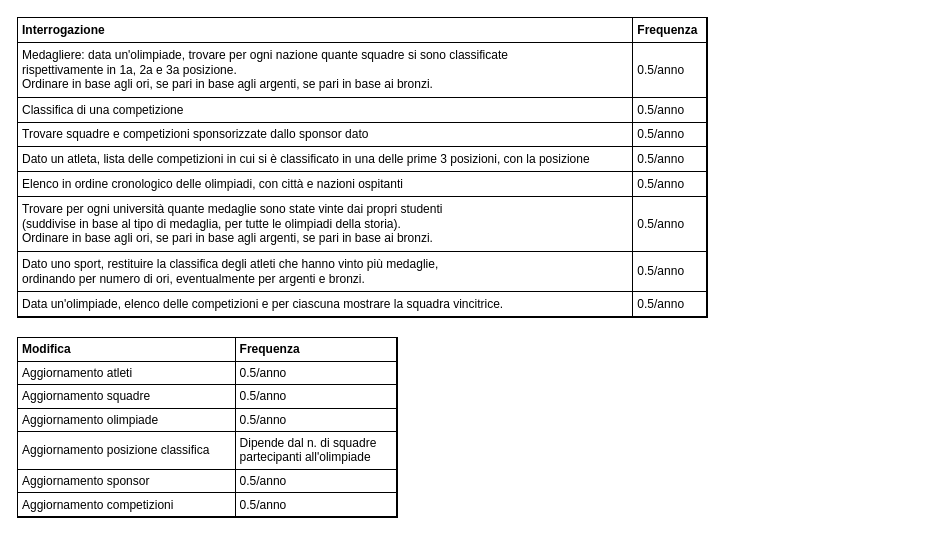
This is page "Operazioni" (4 of 4) of Olimpiadi studentesche.drawio from giovannivelludo/database-project, a draw.io file, before an edit. Source tidied: cells renumbered, new cells numbered last; positions are measured from the earlier drawing's top-left corner, leaving out a move shared by most shapes. Both pictures are drawn from the tidied source at 100%, with x=0, y=0 at pixel (17, 17).
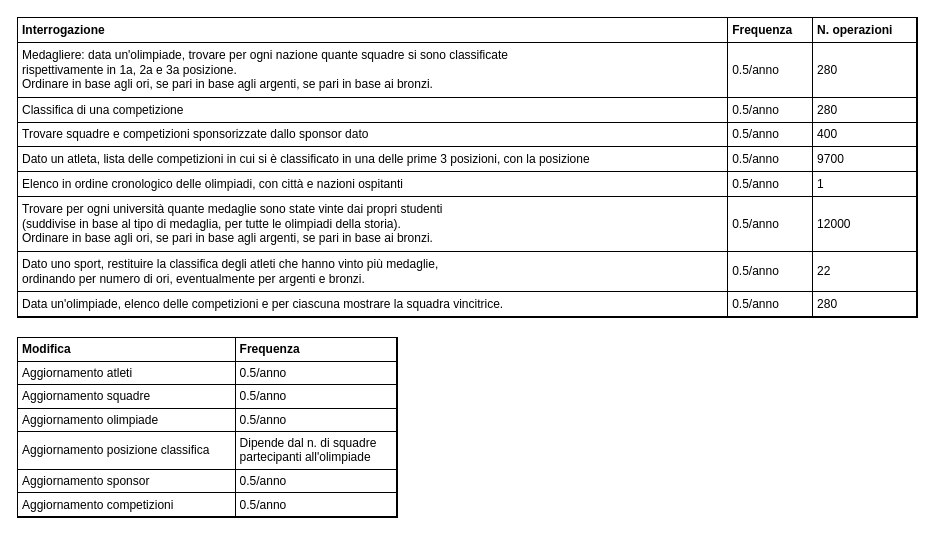
After the change.

Commit message:
aggiunto numero operazioni interrogazioni

What changed in the source:
```diff
@@
 <mxGraphModel>
   <root>
     <mxCell id="0" />
     <mxCell id="1" parent="0" />
-    <mxCell id="2" value="&lt;table style=&quot;width: 100% ; height: 100% ; border-collapse: collapse ; border: 1px solid rgb(0 , 0 , 0)&quot; width=&quot;100%&quot; cellpadding=&quot;4&quot; border=&quot;1&quot; align=&quot;left&quot;&gt;&lt;tbody&gt;&lt;tr style=&quot;color: rgb(255 , 255 , 255)&quot;&gt;&lt;th align=&quot;left&quot;&gt;&lt;span&gt;&lt;font color=&quot;#000000&quot;&gt;Interrogazione&lt;br&gt;&lt;/font&gt;&lt;/span&gt;&lt;/th&gt;&lt;th align=&quot;left&quot;&gt;&lt;span&gt;&lt;font color=&quot;#000000&quot;&gt;Frequenza&lt;br&gt;&lt;/font&gt;&lt;/span&gt;&lt;/th&gt;&lt;/tr&gt;&lt;tr&gt;&lt;td&gt;&lt;span&gt;Medagliere: data un'olimpiade, trovare per ogni nazione quante squadre si sono classificate&lt;br&gt;rispettivamente in 1a, 2a e 3a posizione.&lt;br&gt;Ordinare in base agli ori, se pari in base agli argenti, se pari in base ai bronzi.&lt;br&gt;&lt;/span&gt;&lt;/td&gt;&lt;td&gt;&lt;span&gt;0.5/anno&lt;br&gt;&lt;/span&gt;&lt;/td&gt;&lt;/tr&gt;&lt;tr&gt;&lt;td&gt;&lt;span&gt;Classifica di una competizione&lt;br&gt;&lt;/span&gt;&lt;/td&gt;&lt;td&gt;&lt;span&gt;0.5/anno&lt;br&gt;&lt;/span&gt;&lt;/td&gt;&lt;/tr&gt;&lt;tr&gt;&lt;td&gt;&lt;span&gt;Trovare squadre e competizioni sponsorizzate dallo sponsor dato&lt;br&gt;&lt;/span&gt;&lt;/td&gt;&lt;td&gt;&lt;span&gt;0.5/anno&lt;br&gt;&lt;/span&gt;&lt;/td&gt;&lt;/tr&gt;&lt;tr&gt;&lt;td&gt;&lt;span&gt;Dato un atleta, lista delle competizioni in cui si è classificato in una delle prime 3 posizioni, con la posizione&lt;br&gt;&lt;/span&gt;&lt;/td&gt;&lt;td&gt;0.5/anno&lt;br&gt;&lt;/td&gt;&lt;/tr&gt;&lt;tr&gt;&lt;td&gt;Elenco in ordine cronologico delle olimpiadi, con città e nazioni ospitanti&lt;br&gt;&lt;/td&gt;&lt;td&gt;0.5/anno&lt;br&gt;&lt;/td&gt;&lt;/tr&gt;&lt;tr&gt;&lt;td&gt;&lt;span&gt;Trovare per ogni università quante medaglie sono state vinte dai propri studenti&lt;br&gt;(suddivise in base al tipo di medaglia, per tutte le olimpiadi della storia).&lt;br&gt;Ordinare in base agli ori, se pari in base agli argenti, se pari in base ai bronzi.&lt;/span&gt;&lt;/td&gt;&lt;td&gt;0.5/anno&lt;br&gt;&lt;/td&gt;&lt;/tr&gt;&lt;tr&gt;&lt;td&gt;Dato uno sport, restituire la classifica degli atleti che hanno vinto più medaglie,&lt;br&gt;ordinando per numero di ori, eventualmente per argenti e bronzi.&lt;br&gt;&lt;/td&gt;&lt;td&gt;0.5/anno&lt;br&gt;&lt;/td&gt;&lt;/tr&gt;&lt;tr&gt;&lt;td&gt;Data un'olimpiade, elenco delle competizioni e per ciascuna mostrare la squadra vincitrice.&lt;br&gt;&lt;/td&gt;&lt;td&gt;0.5/anno&lt;br&gt;&lt;/td&gt;&lt;/tr&gt;&lt;/tbody&gt;&lt;/table&gt;" style="text;html=1;strokeColor=#000000;fillColor=#ffffff;overflow=fill;rounded=0;" parent="1" vertex="1">
-      <mxGeometry width="690" height="300" as="geometry" />
+    <mxCell id="2" value="&lt;table style=&quot;width: 100% ; height: 100% ; border-collapse: collapse ; border: 1px solid rgb(0 , 0 , 0)&quot; width=&quot;100%&quot; cellpadding=&quot;4&quot; border=&quot;1&quot; align=&quot;center&quot;&gt;&lt;tbody&gt;&lt;tr style=&quot;color: rgb(255 , 255 , 255)&quot;&gt;&lt;th align=&quot;left&quot;&gt;&lt;span&gt;&lt;font color=&quot;#000000&quot;&gt;Interrogazione&lt;br&gt;&lt;/font&gt;&lt;/span&gt;&lt;/th&gt;&lt;th align=&quot;left&quot;&gt;&lt;span&gt;&lt;font color=&quot;#000000&quot;&gt;Frequenza&lt;br&gt;&lt;/font&gt;&lt;/span&gt;&lt;/th&gt;&lt;td&gt;&lt;b&gt;&lt;font color=&quot;#000000&quot;&gt;N. operazioni&lt;/font&gt;&lt;/b&gt;&lt;br&gt;&lt;/td&gt;&lt;/tr&gt;&lt;tr&gt;&lt;td&gt;&lt;span&gt;Medagliere: data un'olimpiade, trovare per ogni nazione quante squadre si sono classificate&lt;br&gt;rispettivamente in 1a, 2a e 3a posizione.&lt;br&gt;Ordinare in base agli ori, se pari in base agli argenti, se pari in base ai bronzi.&lt;br&gt;&lt;/span&gt;&lt;/td&gt;&lt;td&gt;&lt;span&gt;0.5/anno&lt;br&gt;&lt;/span&gt;&lt;/td&gt;&lt;td&gt;280&lt;br&gt;&lt;/td&gt;&lt;/tr&gt;&lt;tr&gt;&lt;td&gt;&lt;span&gt;Classifica di una competizione&lt;br&gt;&lt;/span&gt;&lt;/td&gt;&lt;td&gt;&lt;span&gt;0.5/anno&lt;br&gt;&lt;/span&gt;&lt;/td&gt;&lt;td&gt;280&lt;br&gt;&lt;/td&gt;&lt;/tr&gt;&lt;tr&gt;&lt;td&gt;&lt;span&gt;Trovare squadre e competizioni sponsorizzate dallo sponsor dato&lt;br&gt;&lt;/span&gt;&lt;/td&gt;&lt;td&gt;&lt;span&gt;0.5/anno&lt;br&gt;&lt;/span&gt;&lt;/td&gt;&lt;td&gt;400&lt;br&gt;&lt;/td&gt;&lt;/tr&gt;&lt;tr&gt;&lt;td&gt;&lt;span&gt;Dato un atleta, lista delle competizioni in cui si è classificato in una delle prime 3 posizioni, con la posizione&lt;br&gt;&lt;/span&gt;&lt;/td&gt;&lt;td&gt;0.5/anno&lt;br&gt;&lt;/td&gt;&lt;td&gt;9700&lt;br&gt;&lt;/td&gt;&lt;/tr&gt;&lt;tr&gt;&lt;td&gt;Elenco in ordine cronologico delle olimpiadi, con città e nazioni ospitanti&lt;br&gt;&lt;/td&gt;&lt;td&gt;0.5/anno&lt;br&gt;&lt;/td&gt;&lt;td&gt;1&lt;br&gt;&lt;/td&gt;&lt;/tr&gt;&lt;tr&gt;&lt;td&gt;&lt;span&gt;Trovare per ogni università quante medaglie sono state vinte dai propri studenti&lt;br&gt;(suddivise in base al tipo di medaglia, per tutte le olimpiadi della storia).&lt;br&gt;Ordinare in base agli ori, se pari in base agli argenti, se pari in base ai bronzi.&lt;/span&gt;&lt;/td&gt;&lt;td&gt;0.5/anno&lt;br&gt;&lt;/td&gt;&lt;td&gt;12000&lt;br&gt;&lt;/td&gt;&lt;/tr&gt;&lt;tr&gt;&lt;td&gt;Dato uno sport, restituire la classifica degli atleti che hanno vinto più medaglie,&lt;br&gt;ordinando per numero di ori, eventualmente per argenti e bronzi.&lt;br&gt;&lt;/td&gt;&lt;td&gt;0.5/anno&lt;br&gt;&lt;/td&gt;&lt;td&gt;22&lt;br&gt;&lt;/td&gt;&lt;/tr&gt;&lt;tr&gt;&lt;td&gt;Data un'olimpiade, elenco delle competizioni e per ciascuna mostrare la squadra vincitrice.&lt;br&gt;&lt;/td&gt;&lt;td&gt;0.5/anno&lt;br&gt;&lt;/td&gt;&lt;td&gt;280&lt;br&gt;&lt;/td&gt;&lt;/tr&gt;&lt;/tbody&gt;&lt;/table&gt;" style="text;html=1;strokeColor=#000000;fillColor=#ffffff;overflow=fill;rounded=0;" parent="1" vertex="1">
+      <mxGeometry width="900" height="300" as="geometry" />
     </mxCell>
     <mxCell id="3" value="&lt;table style=&quot;width: 100% ; height: 100% ; border-collapse: collapse ; border: 1px solid rgb(0 , 0 , 0)&quot; width=&quot;100%&quot; cellpadding=&quot;4&quot; border=&quot;1&quot; align=&quot;left&quot;&gt;&lt;tbody&gt;&lt;tr style=&quot;color: rgb(255 , 255 , 255)&quot;&gt;&lt;th align=&quot;left&quot;&gt;&lt;span&gt;&lt;font color=&quot;#000000&quot;&gt;Modifica&lt;br&gt;&lt;/font&gt;&lt;/span&gt;&lt;/th&gt;&lt;th align=&quot;left&quot;&gt;&lt;span&gt;&lt;font color=&quot;#000000&quot;&gt;Frequenza&lt;br&gt;&lt;/font&gt;&lt;/span&gt;&lt;/th&gt;&lt;/tr&gt;&lt;tr&gt;&lt;td&gt;&lt;span&gt;Aggiornamento atleti&lt;br&gt;&lt;/span&gt;&lt;/td&gt;&lt;td&gt;&lt;span&gt;0.5/anno&lt;br&gt;&lt;/span&gt;&lt;/td&gt;&lt;/tr&gt;&lt;tr&gt;&lt;td&gt;&lt;span&gt;Aggiornamento squadre&lt;br&gt;&lt;/span&gt;&lt;/td&gt;&lt;td&gt;&lt;span&gt;0.5/anno&lt;br&gt;&lt;/span&gt;&lt;/td&gt;&lt;/tr&gt;&lt;tr&gt;&lt;td&gt;&lt;span&gt;Aggiornamento olimpiade&lt;br&gt;&lt;/span&gt;&lt;/td&gt;&lt;td&gt;&lt;span&gt;0.5/anno&lt;br&gt;&lt;/span&gt;&lt;/td&gt;&lt;/tr&gt;&lt;tr&gt;&lt;td&gt;&lt;span&gt;Aggiornamento posizione classifica&lt;br&gt;&lt;/span&gt;&lt;/td&gt;&lt;td&gt;Dipende dal n. di squadre&lt;br&gt;partecipanti all'olimpiade&lt;br&gt;&lt;/td&gt;&lt;/tr&gt;&lt;tr&gt;&lt;td&gt;Aggiornamento sponsor&lt;br&gt;&lt;/td&gt;&lt;td&gt;0.5/anno&lt;br&gt;&lt;/td&gt;&lt;/tr&gt;&lt;tr&gt;&lt;td&gt;&lt;span&gt;Aggiornamento competizioni&lt;br&gt;&lt;/span&gt;&lt;/td&gt;&lt;td&gt;0.5/anno&lt;br&gt;&lt;/td&gt;&lt;/tr&gt;&lt;/tbody&gt;&lt;/table&gt;" style="text;html=1;strokeColor=#000000;fillColor=#ffffff;overflow=fill;rounded=0;" parent="1" vertex="1">
       <mxGeometry y="320" width="380" height="180" as="geometry" />
     </mxCell>
   </root>
 </mxGraphModel>
```
